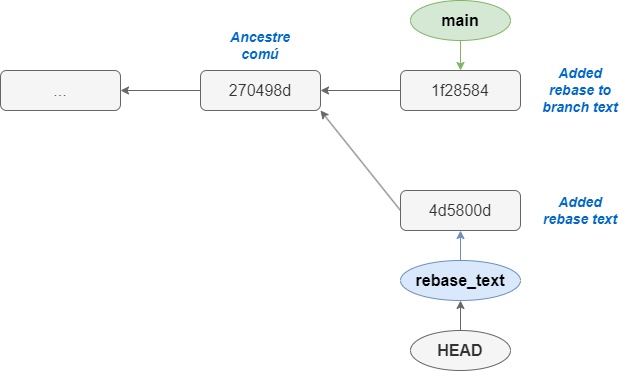
Before: docs/apunts/img/branques/before_rebase.png, a diagram exported from draw.io (joapuiib/curs-git). Source tidied: cells renumbered, new cells last; positions are measured from the earlier drawing's top-left corner, leaving out a move shared by most shapes. The source it was exported from:
```xml
<mxGraphModel>
  <root>
    <mxCell id="0" />
    <mxCell id="1" parent="0" />
    <mxCell id="2" value="..." style="rounded=1;whiteSpace=wrap;html=1;fontSize=16;fillColor=#f5f5f5;strokeColor=#666666;fontColor=#333333;" parent="1" vertex="1">
      <mxGeometry y="70" width="120" height="40" as="geometry" />
    </mxCell>
    <mxCell id="3" style="rounded=0;jettySize=auto;html=1;fillColor=#d5e8d4;strokeColor=#82b366;" parent="1" edge="1" source="4" target="12">
      <mxGeometry relative="1" as="geometry" />
    </mxCell>
    <mxCell id="4" value="main" style="ellipse;whiteSpace=wrap;html=1;fillColor=#d5e8d4;strokeColor=#82b366;fontSize=16;fontStyle=1;" parent="1" vertex="1">
      <mxGeometry x="410" width="100" height="40" as="geometry" />
    </mxCell>
    <mxCell id="5" style="edgeStyle=orthogonalEdgeStyle;rounded=0;jettySize=auto;html=1;exitX=0.5;exitY=0;exitDx=0;exitDy=0;fillColor=#f5f5f5;strokeColor=#666666;" parent="1" edge="1" source="6" target="8">
      <mxGeometry relative="1" as="geometry" />
    </mxCell>
    <mxCell id="6" value="HEAD" style="ellipse;whiteSpace=wrap;html=1;fillColor=#f5f5f5;strokeColor=#666666;fontSize=16;fontStyle=1;fontColor=#333333;" parent="1" vertex="1">
      <mxGeometry x="410" y="330" width="100" height="40" as="geometry" />
    </mxCell>
    <mxCell id="7" style="edgeStyle=orthogonalEdgeStyle;rounded=0;jettySize=auto;html=1;fillColor=#dae8fc;strokeColor=#6c8ebf;" parent="1" edge="1" source="8" target="11">
      <mxGeometry relative="1" as="geometry" />
    </mxCell>
    <mxCell id="8" value="rebase_text" style="ellipse;whiteSpace=wrap;html=1;fillColor=#dae8fc;strokeColor=#6c8ebf;fontSize=16;fontStyle=1;" parent="1" vertex="1">
      <mxGeometry x="400" y="260" width="120" height="40" as="geometry" />
    </mxCell>
    <mxCell id="9" style="edgeStyle=orthogonalEdgeStyle;rounded=0;jettySize=auto;html=1;exitX=0;exitY=0.5;exitDx=0;exitDy=0;fillColor=#f5f5f5;strokeColor=#666666;" parent="1" edge="1" source="10" target="2">
      <mxGeometry relative="1" as="geometry" />
    </mxCell>
    <mxCell id="10" value="270498d" style="rounded=1;whiteSpace=wrap;html=1;fontSize=16;fillColor=#f5f5f5;strokeColor=#666666;fontColor=#333333;" parent="1" vertex="1">
      <mxGeometry x="200" y="70" width="120" height="40" as="geometry" />
    </mxCell>
    <mxCell id="11" value="4d5800d" style="rounded=1;whiteSpace=wrap;html=1;fontSize=16;fillColor=#f5f5f5;strokeColor=#666666;fontColor=#333333;" parent="1" vertex="1">
      <mxGeometry x="400" y="190" width="120" height="40" as="geometry" />
    </mxCell>
    <mxCell id="12" value="1f28584" style="rounded=1;whiteSpace=wrap;html=1;fontSize=16;fillColor=#f5f5f5;strokeColor=#666666;fontColor=#333333;" parent="1" vertex="1">
      <mxGeometry x="400" y="70" width="120" height="40" as="geometry" />
    </mxCell>
    <mxCell id="13" style="rounded=0;jettySize=auto;html=1;fillColor=#f5f5f5;strokeColor=#666666;" parent="1" edge="1" source="12" target="10">
      <mxGeometry relative="1" as="geometry" />
    </mxCell>
    <mxCell id="14" style="rounded=0;jettySize=auto;html=1;fillColor=#f5f5f5;strokeColor=#666666;exitX=0;exitY=0.5;exitDx=0;exitDy=0;entryX=1;entryY=1;entryDx=0;entryDy=0;" parent="1" edge="1" source="11" target="10">
      <mxGeometry relative="1" as="geometry" />
    </mxCell>
    <mxCell id="15" value="&lt;font color=&quot;#0066cc&quot; style=&quot;font-size: 14px;&quot;&gt;&lt;b&gt;Ancestre comú&lt;/b&gt;&lt;/font&gt;" style="text;html=1;strokeColor=none;fillColor=none;align=center;verticalAlign=middle;whiteSpace=wrap;rounded=0;fontStyle=2;" parent="1" vertex="1">
      <mxGeometry x="230" y="30" width="60" height="30" as="geometry" />
    </mxCell>
    <mxCell id="16" value="&lt;font color=&quot;#0066cc&quot; style=&quot;font-size: 14px;&quot;&gt;&lt;b&gt;Added rebase to branch text&lt;/b&gt;&lt;/font&gt;" style="text;html=1;strokeColor=none;fillColor=none;align=center;verticalAlign=middle;whiteSpace=wrap;rounded=0;fontStyle=2;" parent="1" vertex="1">
      <mxGeometry x="540" y="75" width="80" height="30" as="geometry" />
    </mxCell>
    <mxCell id="17" value="&lt;font color=&quot;#0066cc&quot; style=&quot;font-size: 14px;&quot;&gt;&lt;b&gt;Added rebase text&lt;/b&gt;&lt;/font&gt;" style="text;html=1;strokeColor=none;fillColor=none;align=center;verticalAlign=middle;whiteSpace=wrap;rounded=0;fontStyle=2;" parent="1" vertex="1">
      <mxGeometry x="540" y="195" width="80" height="30" as="geometry" />
    </mxCell>
  </root>
</mxGraphModel>
```
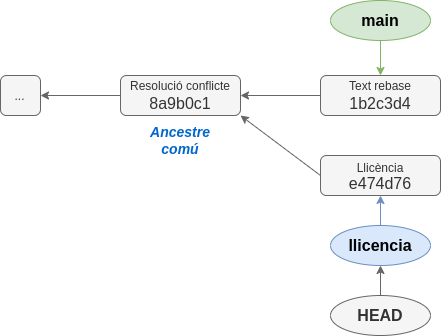
After the change.

What changed in the source:
```diff
@@ -2,53 +2,47 @@
   <root>
     <mxCell id="0" />
     <mxCell id="1" parent="0" />
+    <mxCell id="15" value="&lt;font color=&quot;#0066cc&quot; style=&quot;font-size: 14px;&quot;&gt;&lt;b&gt;Ancestre comú&lt;/b&gt;&lt;/font&gt;" style="text;html=1;strokeColor=none;fillColor=none;align=center;verticalAlign=middle;whiteSpace=wrap;rounded=0;fontStyle=2;" parent="1" vertex="1">
+      <mxGeometry x="-210" y="-280" width="60" height="30" as="geometry" />
+    </mxCell>
-    <mxCell id="2" value="..." style="rounded=1;whiteSpace=wrap;html=1;fontSize=16;fillColor=#f5f5f5;strokeColor=#666666;fontColor=#333333;" parent="1" vertex="1">
-      <mxGeometry y="70" width="120" height="40" as="geometry" />
+    <mxCell id="2" value="&lt;div style=&quot;line-height: 100%;&quot;&gt;&lt;span style=&quot;font-size: 12px;&quot;&gt;&lt;i&gt;...&lt;/i&gt;&lt;/span&gt;&lt;/div&gt;" style="rounded=1;whiteSpace=wrap;html=1;fontSize=16;fillColor=#f5f5f5;strokeColor=#666666;fontColor=#333333;" parent="1" vertex="1">
+      <mxGeometry x="-360" y="-330" width="40" height="40" as="geometry" />
     </mxCell>
-    <mxCell id="3" style="rounded=0;jettySize=auto;html=1;fillColor=#d5e8d4;strokeColor=#82b366;" parent="1" edge="1" source="4" target="12">
-      <mxGeometry relative="1" as="geometry" />
-    </mxCell>
+    <mxCell id="18" style="rounded=0;jettySize=auto;html=1;exitX=0.5;exitY=1;exitDx=0;exitDy=0;fillColor=#dae8fc;strokeColor=#6c8ebf;" parent="1" edge="1" source="19" target="23">
+      <mxGeometry relative="1" as="geometry" />
+    </mxCell>
+    <mxCell id="19" value="llicencia" style="ellipse;whiteSpace=wrap;html=1;fillColor=#dae8fc;strokeColor=#6c8ebf;fontSize=16;fontStyle=1;" parent="1" vertex="1">
+      <mxGeometry x="-30" y="-180" width="100" height="40" as="geometry" />
+    </mxCell>
+    <mxCell id="20" style="edgeStyle=orthogonalEdgeStyle;rounded=0;jettySize=auto;html=1;exitX=0;exitY=0.5;exitDx=0;exitDy=0;fillColor=#f5f5f5;strokeColor=#666666;" parent="1" edge="1" source="21" target="2">
+      <mxGeometry relative="1" as="geometry" />
+    </mxCell>
+    <mxCell id="21" value="&lt;div style=&quot;line-height: 100%;&quot;&gt;&lt;font style=&quot;font-size: 12px;&quot;&gt;Resolució conflicte&lt;/font&gt;&lt;/div&gt;8a9b0c1" style="rounded=1;whiteSpace=wrap;html=1;fontSize=16;fillColor=#f5f5f5;strokeColor=#666666;fontColor=#333333;" parent="1" vertex="1">
+      <mxGeometry x="-240" y="-330" width="120" height="40" as="geometry" />
+    </mxCell>
+    <mxCell id="22" style="edgeStyle=orthogonalEdgeStyle;rounded=0;jettySize=auto;html=1;fillColor=#f5f5f5;strokeColor=#666666;" parent="1" edge="1" source="24" target="21">
+      <mxGeometry relative="1" as="geometry" />
+    </mxCell>
+    <mxCell id="23" value="&lt;div style=&quot;line-height: 100%;&quot;&gt;&lt;span style=&quot;background-color: initial; font-size: 12px;&quot;&gt;Llicència&lt;/span&gt;&lt;/div&gt;&lt;div style=&quot;line-height: 100%;&quot;&gt;e474d76&lt;br&gt;&lt;/div&gt;" style="rounded=1;whiteSpace=wrap;html=1;fontSize=16;fillColor=#f5f5f5;strokeColor=#666666;fontColor=#333333;" parent="1" vertex="1">
+      <mxGeometry x="-40" y="-250" width="120" height="40" as="geometry" />
+    </mxCell>
+    <mxCell id="24" value="&lt;div style=&quot;line-height: 100%;&quot;&gt;&lt;font style=&quot;font-size: 12px;&quot;&gt;Text rebase&lt;/font&gt;&lt;/div&gt;1b2c3d4" style="rounded=1;whiteSpace=wrap;html=1;fontSize=16;fillColor=#f5f5f5;strokeColor=#666666;fontColor=#333333;" parent="1" vertex="1">
+      <mxGeometry x="-40" y="-330" width="120" height="40" as="geometry" />
+    </mxCell>
+    <mxCell id="25" style="rounded=0;jettySize=auto;html=1;fillColor=#f5f5f5;strokeColor=#666666;exitX=0;exitY=0.5;exitDx=0;exitDy=0;entryX=1;entryY=1;entryDx=0;entryDy=0;" parent="1" edge="1" source="23" target="21">
+      <mxGeometry relative="1" as="geometry" />
+    </mxCell>
+    <mxCell id="26" style="rounded=0;jettySize=auto;html=1;exitX=0.5;exitY=1;exitDx=0;exitDy=0;fillColor=#d5e8d4;strokeColor=#82b366;" parent="1" edge="1" source="4" target="24">
+      <mxGeometry relative="1" as="geometry" />
+    </mxCell>
     <mxCell id="4" value="main" style="ellipse;whiteSpace=wrap;html=1;fillColor=#d5e8d4;strokeColor=#82b366;fontSize=16;fontStyle=1;" parent="1" vertex="1">
-      <mxGeometry x="410" width="100" height="40" as="geometry" />
+      <mxGeometry x="-30" y="-405" width="100" height="40" as="geometry" />
     </mxCell>
-    <mxCell id="5" style="edgeStyle=orthogonalEdgeStyle;rounded=0;jettySize=auto;html=1;exitX=0.5;exitY=0;exitDx=0;exitDy=0;fillColor=#f5f5f5;strokeColor=#666666;" parent="1" edge="1" source="6" target="8">
-      <mxGeometry relative="1" as="geometry" />
-    </mxCell>
+    <mxCell id="27" style="edgeStyle=orthogonalEdgeStyle;rounded=0;jettySize=auto;html=1;fillColor=#f5f5f5;strokeColor=#666666;" parent="1" edge="1" source="6" target="19">
+      <mxGeometry relative="1" as="geometry" />
+    </mxCell>
     <mxCell id="6" value="HEAD" style="ellipse;whiteSpace=wrap;html=1;fillColor=#f5f5f5;strokeColor=#666666;fontSize=16;fontStyle=1;fontColor=#333333;" parent="1" vertex="1">
-      <mxGeometry x="410" y="330" width="100" height="40" as="geometry" />
+      <mxGeometry x="-30" y="-110" width="100" height="40" as="geometry" />
     </mxCell>
-    <mxCell id="7" style="edgeStyle=orthogonalEdgeStyle;rounded=0;jettySize=auto;html=1;fillColor=#dae8fc;strokeColor=#6c8ebf;" parent="1" edge="1" source="8" target="11">
-      <mxGeometry relative="1" as="geometry" />
-    </mxCell>
-    <mxCell id="8" value="rebase_text" style="ellipse;whiteSpace=wrap;html=1;fillColor=#dae8fc;strokeColor=#6c8ebf;fontSize=16;fontStyle=1;" parent="1" vertex="1">
-      <mxGeometry x="400" y="260" width="120" height="40" as="geometry" />
-    </mxCell>
-    <mxCell id="9" style="edgeStyle=orthogonalEdgeStyle;rounded=0;jettySize=auto;html=1;exitX=0;exitY=0.5;exitDx=0;exitDy=0;fillColor=#f5f5f5;strokeColor=#666666;" parent="1" edge="1" source="10" target="2">
-      <mxGeometry relative="1" as="geometry" />
-    </mxCell>
-    <mxCell id="10" value="270498d" style="rounded=1;whiteSpace=wrap;html=1;fontSize=16;fillColor=#f5f5f5;strokeColor=#666666;fontColor=#333333;" parent="1" vertex="1">
-      <mxGeometry x="200" y="70" width="120" height="40" as="geometry" />
-    </mxCell>
-    <mxCell id="11" value="4d5800d" style="rounded=1;whiteSpace=wrap;html=1;fontSize=16;fillColor=#f5f5f5;strokeColor=#666666;fontColor=#333333;" parent="1" vertex="1">
-      <mxGeometry x="400" y="190" width="120" height="40" as="geometry" />
-    </mxCell>
-    <mxCell id="12" value="1f28584" style="rounded=1;whiteSpace=wrap;html=1;fontSize=16;fillColor=#f5f5f5;strokeColor=#666666;fontColor=#333333;" parent="1" vertex="1">
-      <mxGeometry x="400" y="70" width="120" height="40" as="geometry" />
-    </mxCell>
-    <mxCell id="13" style="rounded=0;jettySize=auto;html=1;fillColor=#f5f5f5;strokeColor=#666666;" parent="1" edge="1" source="12" target="10">
-      <mxGeometry relative="1" as="geometry" />
-    </mxCell>
-    <mxCell id="14" style="rounded=0;jettySize=auto;html=1;fillColor=#f5f5f5;strokeColor=#666666;exitX=0;exitY=0.5;exitDx=0;exitDy=0;entryX=1;entryY=1;entryDx=0;entryDy=0;" parent="1" edge="1" source="11" target="10">
-      <mxGeometry relative="1" as="geometry" />
-    </mxCell>
-    <mxCell id="15" value="&lt;font color=&quot;#0066cc&quot; style=&quot;font-size: 14px;&quot;&gt;&lt;b&gt;Ancestre comú&lt;/b&gt;&lt;/font&gt;" style="text;html=1;strokeColor=none;fillColor=none;align=center;verticalAlign=middle;whiteSpace=wrap;rounded=0;fontStyle=2;" parent="1" vertex="1">
-      <mxGeometry x="230" y="30" width="60" height="30" as="geometry" />
-    </mxCell>
-    <mxCell id="16" value="&lt;font color=&quot;#0066cc&quot; style=&quot;font-size: 14px;&quot;&gt;&lt;b&gt;Added rebase to branch text&lt;/b&gt;&lt;/font&gt;" style="text;html=1;strokeColor=none;fillColor=none;align=center;verticalAlign=middle;whiteSpace=wrap;rounded=0;fontStyle=2;" parent="1" vertex="1">
-      <mxGeometry x="540" y="75" width="80" height="30" as="geometry" />
-    </mxCell>
-    <mxCell id="17" value="&lt;font color=&quot;#0066cc&quot; style=&quot;font-size: 14px;&quot;&gt;&lt;b&gt;Added rebase text&lt;/b&gt;&lt;/font&gt;" style="text;html=1;strokeColor=none;fillColor=none;align=center;verticalAlign=middle;whiteSpace=wrap;rounded=0;fontStyle=2;" parent="1" vertex="1">
-      <mxGeometry x="540" y="195" width="80" height="30" as="geometry" />
-    </mxCell>
   </root>
 </mxGraphModel>
```
